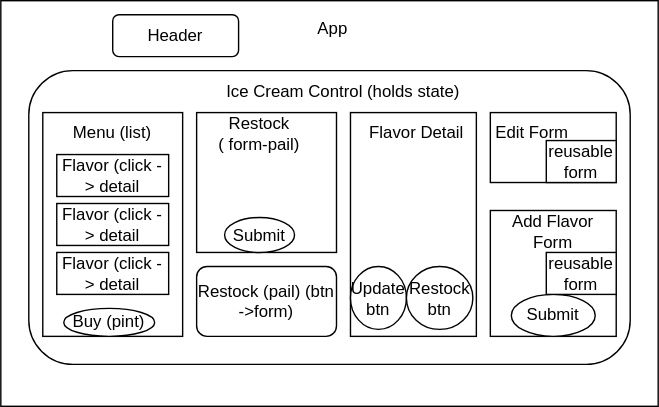
Above: src/assets/diagram.drawio.svg in kimmykokonut/inventory-tracker-redux (draw.io), before the change. Source tidied: cells renumbered, new cells last; positions are measured from the earlier drawing's top-left corner, leaving out a move shared by most shapes.
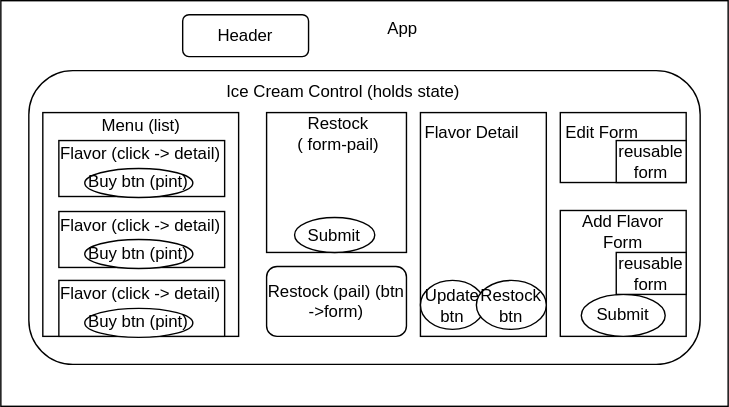
After the commit.

Diff of the diagram source:
```diff
@@ -3,16 +3,16 @@
     <mxCell id="0" />
     <mxCell id="1" parent="0" />
     <mxCell id="2" style="rounded=0;whiteSpace=wrap;html=1;" parent="1" vertex="1">
-      <mxGeometry width="470" height="290" as="geometry" />
+      <mxGeometry x="-50" width="520" height="290" as="geometry" />
     </mxCell>
     <mxCell id="3" value="App" style="text;html=1;strokeColor=none;fillColor=none;align=center;verticalAlign=middle;whiteSpace=wrap;rounded=0;" parent="1" vertex="1">
       <mxGeometry x="205" width="65" height="40" as="geometry" />
     </mxCell>
     <mxCell id="4" style="rounded=1;whiteSpace=wrap;html=1;" parent="1" vertex="1">
-      <mxGeometry x="20" y="50" width="430" height="210" as="geometry" />
+      <mxGeometry x="-30" y="50" width="480" height="210" as="geometry" />
     </mxCell>
     <mxCell id="5" value="Ice Cream Control (holds state)" style="text;html=1;strokeColor=none;fillColor=none;align=center;verticalAlign=middle;whiteSpace=wrap;rounded=0;" parent="1" vertex="1">
-      <mxGeometry x="160" y="50" width="170" height="30" as="geometry" />
+      <mxGeometry x="110" y="50" width="170" height="30" as="geometry" />
     </mxCell>
     <mxCell id="6" value="Header" style="rounded=1;whiteSpace=wrap;html=1;" parent="1" vertex="1">
       <mxGeometry x="80" y="10" width="90" height="30" as="geometry" />
@@ -30,41 +30,65 @@
       <mxGeometry x="140" y="190" width="100" height="50" as="geometry" />
     </mxCell>
     <mxCell id="11" style="group;" parent="1" vertex="1">
-      <mxGeometry x="30" y="80" width="340" height="160" as="geometry" />
+      <mxGeometry x="-20" y="80" width="390" height="160" as="geometry" />
     </mxCell>
     <mxCell id="12" style="rounded=0;whiteSpace=wrap;html=1;" parent="11" vertex="1">
-      <mxGeometry width="100" height="160" as="geometry" />
+      <mxGeometry width="140" height="160" as="geometry" />
     </mxCell>
     <mxCell id="13" value="Menu (list)" style="text;html=1;strokeColor=none;fillColor=none;align=center;verticalAlign=middle;whiteSpace=wrap;rounded=0;" parent="11" vertex="1">
-      <mxGeometry x="20" width="60" height="30" as="geometry" />
+      <mxGeometry x="35.6" width="68.8" height="20" as="geometry" />
     </mxCell>
-    <mxCell id="14" value="Flavor (click -&amp;gt; detail" style="rounded=0;whiteSpace=wrap;html=1;" parent="11" vertex="1">
-      <mxGeometry x="10" y="30" width="80" height="30" as="geometry" />
-    </mxCell>
-    <mxCell id="15" value="Flavor (click -&amp;gt; detail" style="rounded=0;whiteSpace=wrap;html=1;" parent="11" vertex="1">
-      <mxGeometry x="10" y="65" width="80" height="30" as="geometry" />
-    </mxCell>
-    <mxCell id="16" value="Flavor (click -&amp;gt; detail" style="rounded=0;whiteSpace=wrap;html=1;" parent="11" vertex="1">
-      <mxGeometry x="10" y="100" width="80" height="30" as="geometry" />
-    </mxCell>
-    <mxCell id="17" value="Buy (pint)" style="ellipse;whiteSpace=wrap;html=1;" parent="11" vertex="1">
-      <mxGeometry x="15" y="140" width="65" height="20" as="geometry" />
-    </mxCell>
     <mxCell id="18" value="Submit" style="ellipse;whiteSpace=wrap;html=1;" parent="11" vertex="1">
-      <mxGeometry x="130" y="75" width="50" height="25" as="geometry" />
+      <mxGeometry x="180" y="75" width="57.4" height="25" as="geometry" />
     </mxCell>
     <mxCell id="19" value="Restock &lt;br&gt;( form-pail)" style="text;html=1;strokeColor=none;fillColor=none;align=center;verticalAlign=middle;whiteSpace=wrap;rounded=0;" parent="11" vertex="1">
-      <mxGeometry x="110" width="90" height="30" as="geometry" />
+      <mxGeometry x="160" width="103.2" height="30" as="geometry" />
     </mxCell>
     <mxCell id="20" value="Flavor Detail" style="text;html=1;strokeColor=none;fillColor=none;align=center;verticalAlign=middle;whiteSpace=wrap;rounded=0;" parent="11" vertex="1">
-      <mxGeometry x="230" width="75" height="30" as="geometry" />
+      <mxGeometry x="263.8" width="86" height="30" as="geometry" />
     </mxCell>
     <mxCell id="21" value="Update btn" style="ellipse;whiteSpace=wrap;html=1;" parent="11" vertex="1">
-      <mxGeometry x="220" y="110" width="40" height="45" as="geometry" />
+      <mxGeometry x="270" y="120" width="45.9" height="35" as="geometry" />
     </mxCell>
     <mxCell id="22" value="Restock btn" style="ellipse;whiteSpace=wrap;html=1;" parent="11" vertex="1">
-      <mxGeometry x="260" y="110" width="47.5" height="45" as="geometry" />
+      <mxGeometry x="310" y="120" width="50" height="35" as="geometry" />
     </mxCell>
+    <mxCell id="29" style="group;" parent="11" vertex="1">
+      <mxGeometry x="10" y="70.7" width="120" height="40.7" as="geometry" />
+    </mxCell>
+    <mxCell id="30" style="rounded=0;whiteSpace=wrap;html=1;" parent="29" vertex="1">
+      <mxGeometry x="1.5" width="118.5" height="40" as="geometry" />
+    </mxCell>
+    <mxCell id="31" value="Buy btn (pint)" style="ellipse;whiteSpace=wrap;html=1;" parent="29" vertex="1">
+      <mxGeometry x="20" y="20" width="77.3" height="20.7" as="geometry" />
+    </mxCell>
+    <mxCell id="32" value="Flavor (click -&amp;gt; detail)" style="text;html=1;strokeColor=none;fillColor=none;align=center;verticalAlign=middle;whiteSpace=wrap;rounded=0;" parent="29" vertex="1">
+      <mxGeometry width="120" height="20" as="geometry" />
+    </mxCell>
+    <mxCell id="33" style="group;" parent="11" vertex="1">
+      <mxGeometry x="10" y="120" width="120" height="40.7" as="geometry" />
+    </mxCell>
+    <mxCell id="34" style="rounded=0;whiteSpace=wrap;html=1;" parent="33" vertex="1">
+      <mxGeometry x="1.5" width="118.5" height="40" as="geometry" />
+    </mxCell>
+    <mxCell id="35" value="Buy btn (pint)" style="ellipse;whiteSpace=wrap;html=1;" parent="33" vertex="1">
+      <mxGeometry x="20" y="20" width="77.3" height="20.7" as="geometry" />
+    </mxCell>
+    <mxCell id="36" value="Flavor (click -&amp;gt; detail)" style="text;html=1;strokeColor=none;fillColor=none;align=center;verticalAlign=middle;whiteSpace=wrap;rounded=0;" parent="33" vertex="1">
+      <mxGeometry width="120" height="20" as="geometry" />
+    </mxCell>
+    <mxCell id="37" style="group;" parent="11" vertex="1">
+      <mxGeometry x="10" y="20" width="120" height="40.7" as="geometry" />
+    </mxCell>
+    <mxCell id="14" style="rounded=0;whiteSpace=wrap;html=1;" parent="37" vertex="1">
+      <mxGeometry x="1.5" width="118.5" height="40" as="geometry" />
+    </mxCell>
+    <mxCell id="17" value="Buy btn (pint)" style="ellipse;whiteSpace=wrap;html=1;" parent="37" vertex="1">
+      <mxGeometry x="20" y="20" width="77.3" height="20.7" as="geometry" />
+    </mxCell>
+    <mxCell id="38" value="Flavor (click -&amp;gt; detail)" style="text;html=1;strokeColor=none;fillColor=none;align=center;verticalAlign=middle;whiteSpace=wrap;rounded=0;" parent="37" vertex="1">
+      <mxGeometry width="120" height="20" as="geometry" />
+    </mxCell>
     <mxCell id="23" value="Edit Form" style="text;html=1;strokeColor=none;fillColor=none;align=center;verticalAlign=middle;whiteSpace=wrap;rounded=0;" parent="1" vertex="1">
       <mxGeometry x="350" y="80" width="60" height="30" as="geometry" />
     </mxCell>
```
